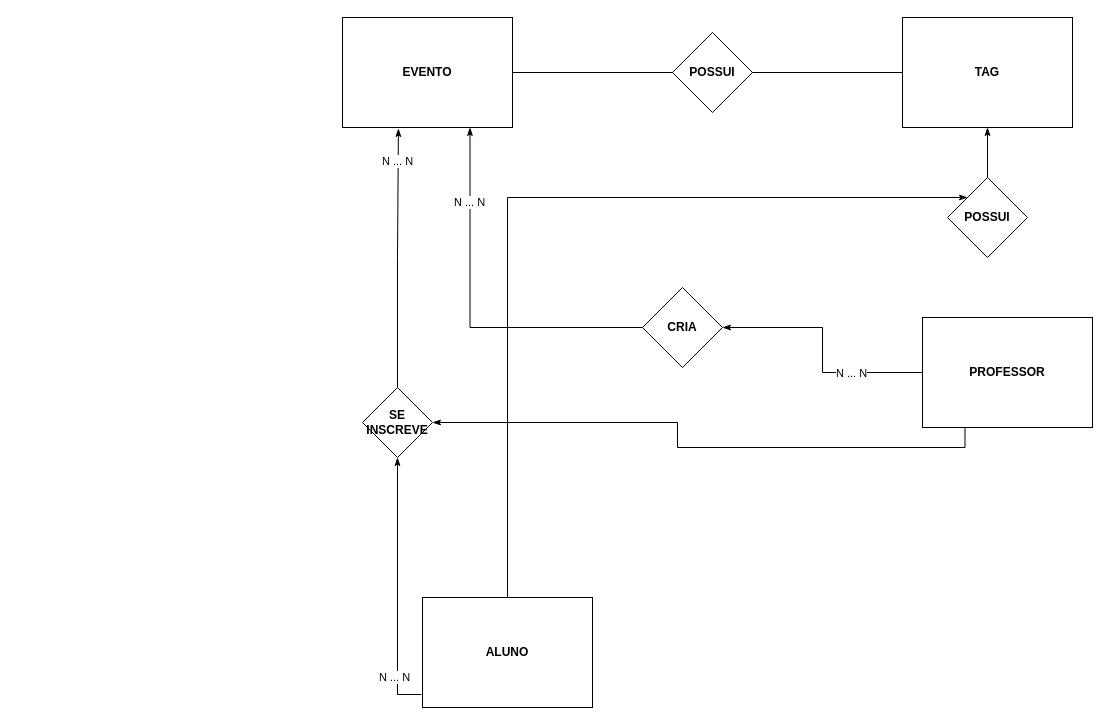
Above: Untitled Diagram.drawio in dedeus6/geduc (draw.io), before the change. Source tidied: cells renumbered, new cells numbered last; positions are measured from the earlier drawing's top-left corner, leaving out a move shared by most shapes. Both pictures are drawn from the tidied source at 100%, with x=0, y=0 at pixel (342, 17).
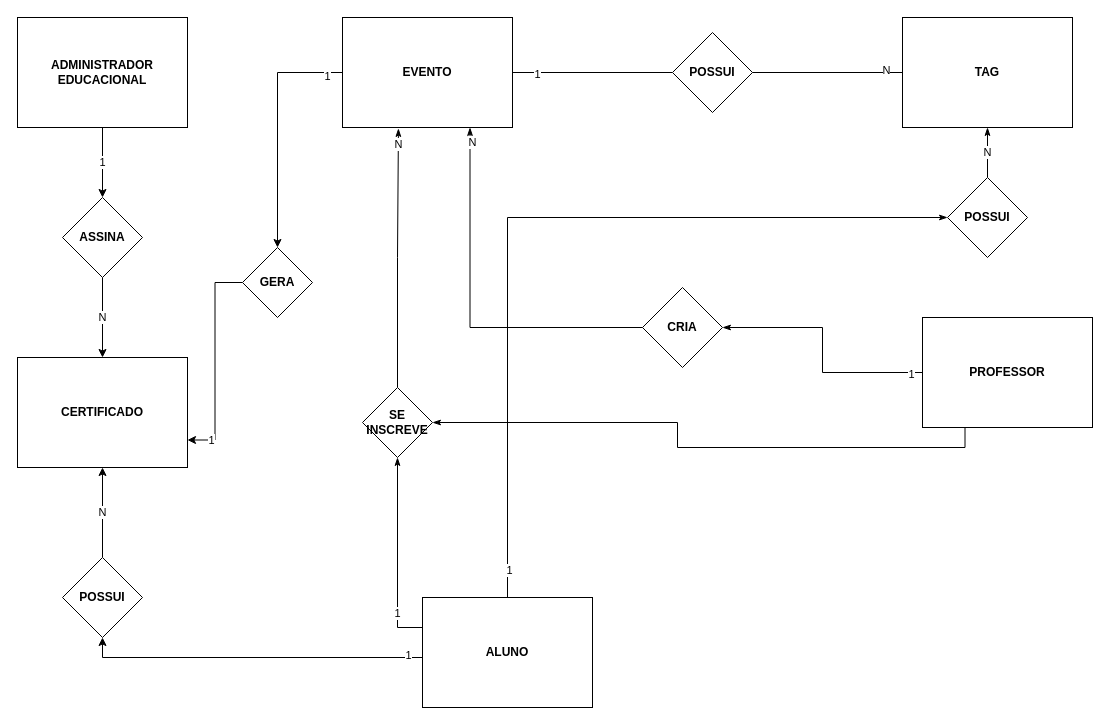
The same diagram, later.

Commit message:
Alteração no MER

The change refers to these unchanged cells:
```xml
<mxCell id="2" style="edgeStyle=orthogonalEdgeStyle;rounded=0;jettySize=auto;html=1;entryX=0;entryY=0.5;entryDx=0;entryDy=0;endArrow=none;endFill=0;" parent="1" edge="1" source="3" target="4">
  <mxGeometry relative="1" as="geometry" />
</mxCell>
<mxCell id="3" value="&lt;b&gt;EVENTO&lt;/b&gt;" style="rounded=0;whiteSpace=wrap;html=1;" parent="1" vertex="1">
  <mxGeometry width="170" height="110" as="geometry" />
</mxCell>
<mxCell id="5" style="edgeStyle=orthogonalEdgeStyle;rounded=0;jettySize=auto;html=1;entryX=1;entryY=0.5;entryDx=0;entryDy=0;endArrow=none;endFill=0;" parent="1" edge="1" source="6" target="4">
  <mxGeometry relative="1" as="geometry" />
</mxCell>
<mxCell id="6" value="&lt;b&gt;TAG&lt;/b&gt;" style="rounded=0;whiteSpace=wrap;html=1;" parent="1" vertex="1">
  <mxGeometry x="560" width="170" height="110" as="geometry" />
</mxCell>
<mxCell id="7" value="&lt;b&gt;ALUNO&lt;/b&gt;" style="rounded=0;whiteSpace=wrap;html=1;" parent="1" vertex="1">
  <mxGeometry x="80" y="580" width="170" height="110" as="geometry" />
</mxCell>
<mxCell id="10" value="&lt;b&gt;POSSUI&lt;/b&gt;" style="rhombus;whiteSpace=wrap;html=1;" parent="1" vertex="1">
  <mxGeometry x="605" y="160" width="80" height="80" as="geometry" />
</mxCell>
<mxCell id="11" style="edgeStyle=orthogonalEdgeStyle;rounded=0;jettySize=auto;html=1;endArrow=none;endFill=0;" parent="1" edge="1" source="14" target="7">
  <mxGeometry relative="1" as="geometry" />
</mxCell>
<mxCell id="12" style="edgeStyle=orthogonalEdgeStyle;rounded=0;jettySize=auto;html=1;entryX=0.75;entryY=1;entryDx=0;entryDy=0;endArrow=classicThin;endFill=1;startArrow=none;startFill=0;" parent="1" edge="1" source="14" target="3">
  <mxGeometry relative="1" as="geometry" />
</mxCell>
<mxCell id="15" style="edgeStyle=orthogonalEdgeStyle;rounded=0;jettySize=auto;html=1;entryX=0.329;entryY=1.009;entryDx=0;entryDy=0;entryPerimeter=0;endArrow=classicThin;endFill=1;" parent="1" edge="1" source="20" target="3">
  <mxGeometry relative="1" as="geometry" />
</mxCell>
<mxCell id="20" value="&lt;b&gt;SE INSCREVE&lt;br&gt;&lt;/b&gt;" style="rhombus;whiteSpace=wrap;html=1;" parent="1" vertex="1">
  <mxGeometry x="20" y="370" width="70" height="70" as="geometry" />
</mxCell>
<mxCell id="21" style="edgeStyle=orthogonalEdgeStyle;rounded=0;jettySize=auto;html=1;entryX=1;entryY=0.5;entryDx=0;entryDy=0;endArrow=classicThin;endFill=1;startArrow=none;startFill=0;" parent="1" edge="1" source="23" target="14">
  <mxGeometry relative="1" as="geometry" />
</mxCell>
```

What changed in the source:
```diff
@@
+    <mxCell id="24" value="1" style="edgeLabel;html=1;align=center;verticalAlign=middle;" parent="2" vertex="1">
+      <mxGeometry x="-0.7" y="-1" relative="1" as="geometry" />
+    </mxCell>
+    <mxCell id="25" style="edgeStyle=orthogonalEdgeStyle;rounded=0;jettySize=auto;html=1;" parent="1" edge="1" source="3" target="44">
+      <mxGeometry relative="1" as="geometry" />
+    </mxCell>
+    <mxCell id="26" value="1" style="edgeLabel;html=1;align=center;verticalAlign=middle;" parent="25" vertex="1">
+      <mxGeometry x="-0.87" y="3" relative="1" as="geometry" />
+    </mxCell>
@@
+    <mxCell id="27" value="N" style="edgeLabel;html=1;align=center;verticalAlign=middle;" parent="5" vertex="1">
+      <mxGeometry x="-0.77" y="-3" relative="1" as="geometry" />
+    </mxCell>
@@
+    <mxCell id="28" style="edgeStyle=orthogonalEdgeStyle;rounded=0;jettySize=auto;html=1;entryX=0.5;entryY=1;entryDx=0;entryDy=0;" parent="1" edge="1" source="7" target="41">
+      <mxGeometry relative="1" as="geometry">
+        <Array as="points">
+          <mxPoint x="-240" y="640" />
+        </Array>
+      </mxGeometry>
+    </mxCell>
+    <mxCell id="29" value="1" style="edgeLabel;html=1;align=center;verticalAlign=middle;" parent="28" vertex="1">
+      <mxGeometry x="-0.91" y="-3" relative="1" as="geometry" />
+    </mxCell>
@@
-    <mxCell id="8" style="edgeStyle=orthogonalEdgeStyle;rounded=0;jettySize=auto;html=1;entryX=0.5;entryY=0;entryDx=0;entryDy=0;endArrow=none;endFill=0;startArrow=classicThin;startFill=1;" parent="1" edge="1" source="10" target="7">
+    <mxCell id="8" style="edgeStyle=orthogonalEdgeStyle;rounded=0;jettySize=auto;html=1;entryX=0.5;entryY=0;entryDx=0;entryDy=0;endArrow=none;endFill=0;startArrow=classicThin;startFill=1;exitX=0;exitY=0.5;exitDx=0;exitDy=0;" parent="1" edge="1" source="10" target="7">
       <mxGeometry relative="1" as="geometry">
         <Array as="points">
-          <mxPoint x="165" y="180" />
+          <mxPoint x="165" y="200" />
         </Array>
       </mxGeometry>
     </mxCell>
-    <mxCell id="9" style="edgeStyle=orthogonalEdgeStyle;rounded=0;jettySize=auto;html=1;entryX=0.5;entryY=1;entryDx=0;entryDy=0;endArrow=classicThin;endFill=1;startArrow=none;startFill=0;" parent="1" edge="1" source="10" target="6">
+    <mxCell id="9" value="N" style="edgeStyle=orthogonalEdgeStyle;rounded=0;jettySize=auto;html=1;entryX=0.5;entryY=1;entryDx=0;entryDy=0;endArrow=classicThin;endFill=1;startArrow=none;startFill=0;" parent="1" edge="1" source="10" target="6">
       <mxGeometry relative="1" as="geometry" />
     </mxCell>
@@
+    <mxCell id="30" value="1" style="edgeLabel;html=1;align=center;verticalAlign=middle;" parent="11" vertex="1">
+      <mxGeometry x="0.86" y="1" relative="1" as="geometry" />
+    </mxCell>
@@
-    <mxCell id="13" value="N ... N" style="edgeLabel;html=1;align=center;verticalAlign=middle;" parent="12" vertex="1">
-      <mxGeometry x="0.6" y="2" relative="1" as="geometry">
-        <mxPoint x="1" as="offset" />
-      </mxGeometry>
-    </mxCell>
+    <mxCell id="31" value="N" style="edgeLabel;html=1;align=center;verticalAlign=middle;" parent="12" vertex="1">
+      <mxGeometry x="0.92" y="-1" relative="1" as="geometry">
+        <mxPoint x="1" as="offset" />
+      </mxGeometry>
+    </mxCell>
@@
-    <mxCell id="16" value="N ... N" style="edgeLabel;html=1;align=center;verticalAlign=middle;" parent="15" vertex="1">
-      <mxGeometry x="0.75" y="1" relative="1" as="geometry" />
-    </mxCell>
+    <mxCell id="32" value="N" style="edgeLabel;html=1;align=center;verticalAlign=middle;" parent="15" vertex="1">
+      <mxGeometry x="0.88" relative="1" as="geometry" />
+    </mxCell>
-    <mxCell id="17" style="edgeStyle=orthogonalEdgeStyle;rounded=0;jettySize=auto;html=1;entryX=-0.006;entryY=0.882;entryDx=0;entryDy=0;entryPerimeter=0;endArrow=none;endFill=0;startArrow=classicThin;startFill=1;" parent="1" edge="1" source="20" target="7">
-      <mxGeometry relative="1" as="geometry" />
+    <mxCell id="17" style="edgeStyle=orthogonalEdgeStyle;rounded=0;jettySize=auto;html=1;entryX=0;entryY=0.25;entryDx=0;entryDy=0;endArrow=none;endFill=0;startArrow=classicThin;startFill=1;" parent="1" edge="1" source="20" target="7">
+      <mxGeometry relative="1" as="geometry">
+        <Array as="points">
+          <mxPoint x="55" y="610" />
+          <mxPoint x="80" y="610" />
+        </Array>
+      </mxGeometry>
     </mxCell>
-    <mxCell id="18" value="N ... N" style="edgeLabel;html=1;align=center;verticalAlign=middle;" parent="17" vertex="1">
-      <mxGeometry x="0.68" y="-4" relative="1" as="geometry" />
-    </mxCell>
+    <mxCell id="33" value="1" style="edgeLabel;html=1;align=center;verticalAlign=middle;" parent="17" vertex="1">
+      <mxGeometry x="0.57" y="-1" relative="1" as="geometry" />
+    </mxCell>
@@
-    <mxCell id="22" value="N ... N" style="edgeLabel;html=1;align=center;verticalAlign=middle;" parent="21" vertex="1">
-      <mxGeometry x="-0.41" relative="1" as="geometry" />
-    </mxCell>
+    <mxCell id="34" value="1" style="edgeLabel;html=1;align=center;verticalAlign=middle;" parent="21" vertex="1">
+      <mxGeometry x="-0.9" y="1" relative="1" as="geometry" />
+    </mxCell>
@@
+    <mxCell id="35" value="N" style="edgeStyle=orthogonalEdgeStyle;rounded=0;jettySize=auto;html=1;entryX=0.5;entryY=0;entryDx=0;entryDy=0;" parent="1" edge="1" source="36" target="39">
+      <mxGeometry relative="1" as="geometry" />
+    </mxCell>
+    <mxCell id="36" value="&lt;b&gt;ASSINA&lt;/b&gt;" style="rhombus;whiteSpace=wrap;html=1;" parent="1" vertex="1">
+      <mxGeometry x="-280" y="180" width="80" height="80" as="geometry" />
+    </mxCell>
+    <mxCell id="37" value="1" style="edgeStyle=orthogonalEdgeStyle;rounded=0;jettySize=auto;html=1;entryX=0.5;entryY=0;entryDx=0;entryDy=0;" parent="1" edge="1" source="38" target="36">
+      <mxGeometry relative="1" as="geometry" />
+    </mxCell>
+    <mxCell id="38" value="&lt;b&gt;ADMINISTRADOR&lt;/b&gt; &lt;b&gt;EDUCACIONAL&lt;/b&gt;" style="rounded=0;whiteSpace=wrap;html=1;" parent="1" vertex="1">
+      <mxGeometry x="-325" width="170" height="110" as="geometry" />
+    </mxCell>
+    <mxCell id="39" value="&lt;b&gt;CERTIFICADO&lt;/b&gt;" style="rounded=0;whiteSpace=wrap;html=1;" parent="1" vertex="1">
+      <mxGeometry x="-325" y="340" width="170" height="110" as="geometry" />
+    </mxCell>
+    <mxCell id="40" value="N" style="edgeStyle=orthogonalEdgeStyle;rounded=0;jettySize=auto;html=1;entryX=0.5;entryY=1;entryDx=0;entryDy=0;" parent="1" edge="1" source="41" target="39">
+      <mxGeometry relative="1" as="geometry" />
+    </mxCell>
+    <mxCell id="41" value="&lt;b&gt;POSSUI&lt;/b&gt;" style="rhombus;whiteSpace=wrap;html=1;" parent="1" vertex="1">
+      <mxGeometry x="-280" y="540" width="80" height="80" as="geometry" />
+    </mxCell>
+    <mxCell id="42" style="edgeStyle=orthogonalEdgeStyle;rounded=0;jettySize=auto;html=1;entryX=1;entryY=0.75;entryDx=0;entryDy=0;" parent="1" edge="1" source="44" target="39">
+      <mxGeometry relative="1" as="geometry" />
+    </mxCell>
+    <mxCell id="43" value="1" style="edgeLabel;html=1;align=center;verticalAlign=middle;" parent="42" vertex="1">
+      <mxGeometry x="0.78" relative="1" as="geometry" />
+    </mxCell>
+    <mxCell id="44" value="&lt;b&gt;GERA&lt;/b&gt;" style="rhombus;whiteSpace=wrap;html=1;" parent="1" vertex="1">
+      <mxGeometry x="-100" y="230" width="70" height="70" as="geometry" />
+    </mxCell>
```
